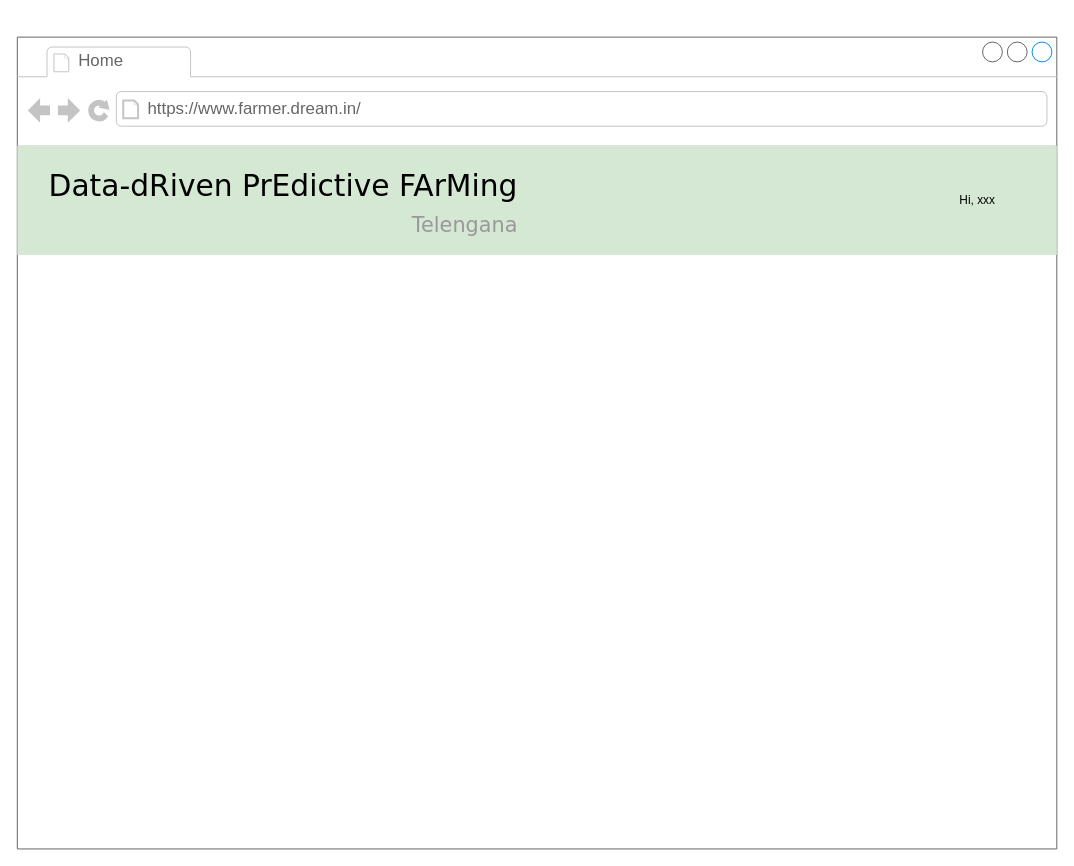
ictar/DREAM-SE2-Project-2022 keeps this draw.io diagram as page "fm-home" (17 of 26) of RASD/diagrams/User Interface.drawio. Above is the earlier version. Source tidied: cells renumbered, new cells numbered last; positions are measured from the earlier drawing's top-left corner, leaving out a move shared by most shapes. Both pictures are drawn from the tidied source at 99%, with x=0, y=0 at pixel (17, 37).
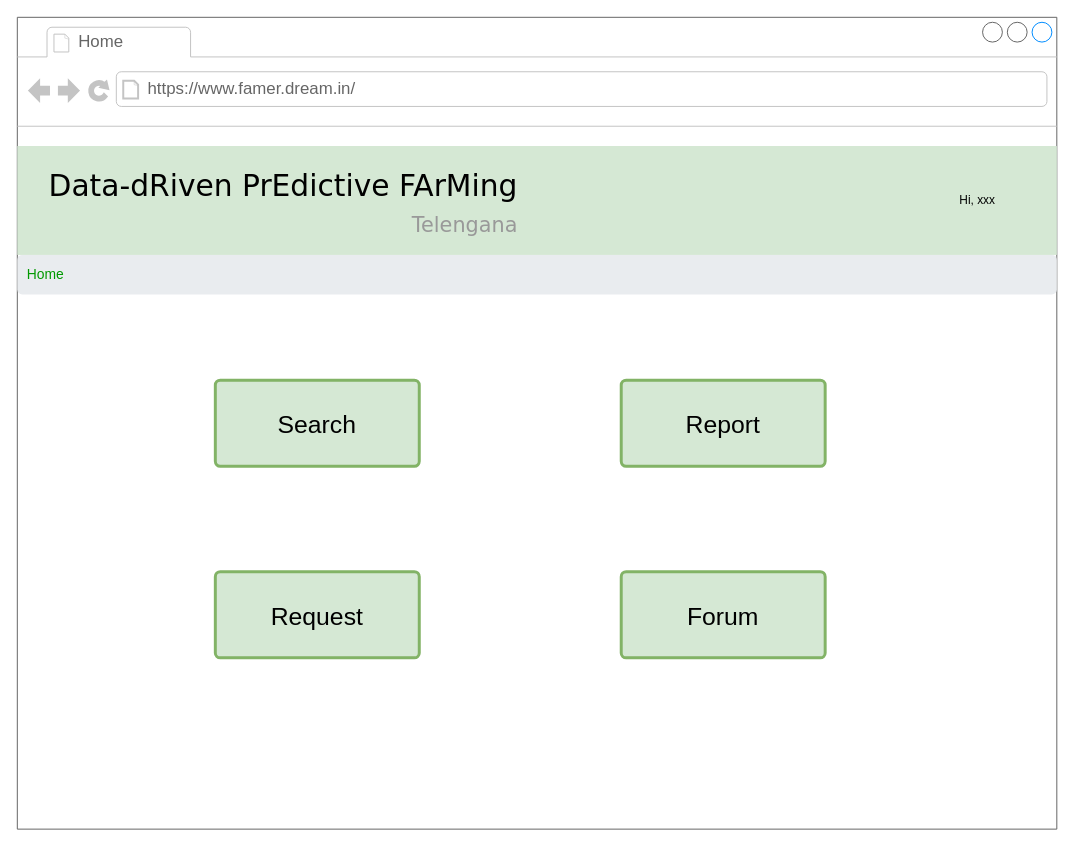
The same page after the edit.

The edit, as a diff of the source:
```diff
@@
 <mxGraphModel background="#ffffff">
   <root>
     <mxCell id="0" />
     <mxCell id="1" parent="0" />
-    <mxCell id="2" style="strokeWidth=1;shadow=0;dashed=0;align=center;html=1;shape=mxgraph.mockup.containers.browserWindow;rSize=0;strokeColor=#666666;mainText=,;rounded=0;labelBackgroundColor=none;fontFamily=Verdana;fontSize=12;" parent="1" vertex="1">
-      <mxGeometry width="1050" height="820" as="geometry" />
-    </mxCell>
+    <mxCell id="9" style="strokeWidth=1;shadow=0;dashed=0;align=center;html=1;shape=mxgraph.mockup.containers.browserWindow;rSize=0;strokeColor=none;mainText=,;rounded=0;labelBackgroundColor=none;fontFamily=Verdana;fontSize=12;" parent="1" vertex="1">
+      <mxGeometry y="-20" width="1050" height="820" as="geometry" />
+    </mxCell>
-    <mxCell id="3" value="Home" style="strokeWidth=1;shadow=0;dashed=0;align=center;html=1;shape=mxgraph.mockup.containers.anchor;fontSize=17;fontColor=#666666;align=left;" parent="2" vertex="1">
+    <mxCell id="3" value="Home" style="strokeWidth=1;shadow=0;dashed=0;align=center;html=1;shape=mxgraph.mockup.containers.anchor;fontSize=17;fontColor=#666666;align=left;" parent="9" vertex="1">
       <mxGeometry x="60" y="12" width="110" height="26" as="geometry" />
     </mxCell>
-    <mxCell id="4" value="https://www.farmer.dream.in/" style="strokeWidth=1;shadow=0;dashed=0;align=center;html=1;shape=mxgraph.mockup.containers.anchor;rSize=0;fontSize=17;fontColor=#666666;align=left;" parent="2" vertex="1">
-      <mxGeometry x="130" y="60" width="250" height="26" as="geometry" />
-    </mxCell>
-    <mxCell id="5" style="group;" parent="1" vertex="1">
-      <mxGeometry y="110" width="1050" height="110" as="geometry" />
-    </mxCell>
+    <mxCell id="10" value="https://www.famer.dream.in/" style="strokeWidth=1;shadow=0;dashed=0;align=center;html=1;shape=mxgraph.mockup.containers.anchor;rSize=0;fontSize=17;fontColor=#666666;align=left;" parent="9" vertex="1">
+      <mxGeometry x="130" y="60" width="250" height="26" as="geometry" />
+    </mxCell>
+    <mxCell id="11" value="&lt;font style=&quot;font-size: 25px&quot;&gt;Search&lt;/font&gt;" style="html=1;shadow=0;dashed=0;shape=mxgraph.bootstrap.rrect;rSize=5;strokeWidth=3;whiteSpace=wrap;align=center;verticalAlign=middle;spacingLeft=0;fontStyle=0;fontSize=16;spacing=5;fillColor=#d5e8d4;strokeColor=#82b366;gradientColor=none;" parent="9" vertex="1">
+      <mxGeometry x="200" y="366.5" width="206" height="87" as="geometry" />
+    </mxCell>
+    <mxCell id="12" value="&lt;font style=&quot;font-size: 25px&quot;&gt;Request&lt;/font&gt;" style="html=1;shadow=0;dashed=0;shape=mxgraph.bootstrap.rrect;rSize=5;strokeColor=#82b366;strokeWidth=3;fillColor=#d5e8d4;fontColor=default;whiteSpace=wrap;align=center;verticalAlign=middle;spacingLeft=0;fontStyle=0;fontSize=16;spacing=5;gradientColor=none;" parent="9" vertex="1">
+      <mxGeometry x="200" y="560" width="206" height="87" as="geometry" />
+    </mxCell>
+    <mxCell id="13" value="&lt;font style=&quot;font-size: 25px&quot;&gt;Report&lt;/font&gt;" style="html=1;shadow=0;dashed=0;shape=mxgraph.bootstrap.rrect;rSize=5;strokeColor=#82b366;strokeWidth=3;fillColor=#d5e8d4;fontColor=default;whiteSpace=wrap;align=center;verticalAlign=middle;spacingLeft=0;fontStyle=0;fontSize=16;spacing=5;gradientColor=none;" parent="9" vertex="1">
+      <mxGeometry x="610" y="366.5" width="206" height="87" as="geometry" />
+    </mxCell>
+    <mxCell id="14" value="&lt;font style=&quot;font-size: 25px&quot;&gt;Forum&lt;/font&gt;" style="html=1;shadow=0;dashed=0;shape=mxgraph.bootstrap.rrect;rSize=5;strokeColor=#82b366;strokeWidth=3;fillColor=#d5e8d4;fontColor=default;whiteSpace=wrap;align=center;verticalAlign=middle;spacingLeft=0;fontStyle=0;fontSize=16;spacing=5;gradientColor=none;" parent="9" vertex="1">
+      <mxGeometry x="610" y="560" width="206" height="87" as="geometry" />
+    </mxCell>
+    <mxCell id="15" style="group;" parent="1" vertex="1">
+      <mxGeometry y="110" width="1050" height="150" as="geometry" />
+    </mxCell>
-    <mxCell id="6" style="rounded=0;whiteSpace=wrap;html=1;fontSize=21;fillColor=#d5e8d4;strokeColor=none;" parent="5" vertex="1">
+    <mxCell id="6" style="rounded=0;whiteSpace=wrap;html=1;fontSize=21;fillColor=#d5e8d4;strokeColor=none;" parent="15" vertex="1">
       <mxGeometry width="1050" height="110" as="geometry" />
     </mxCell>
-    <mxCell id="7" value="Data-dRiven PrEdictive FArMing&lt;br&gt;&lt;div style=&quot;text-align: right&quot;&gt;&lt;font style=&quot;font-size: 21px&quot; color=&quot;#999999&quot;&gt;Telengana&lt;/font&gt;&lt;/div&gt;" style="text;html=1;align=left;verticalAlign=top;spacingTop=-4;fontSize=30;fontFamily=Verdana;" parent="5" vertex="1">
+    <mxCell id="7" value="Data-dRiven PrEdictive FArMing&lt;br&gt;&lt;div style=&quot;text-align: right&quot;&gt;&lt;font style=&quot;font-size: 21px&quot; color=&quot;#999999&quot;&gt;Telengana&lt;/font&gt;&lt;/div&gt;" style="text;html=1;align=left;verticalAlign=top;spacingTop=-4;fontSize=30;fontFamily=Verdana;" parent="15" vertex="1">
       <mxGeometry x="30" y="20" width="480" height="70" as="geometry" />
     </mxCell>
+    <mxCell id="16" value="&lt;font color=&quot;#009900&quot;&gt;Home&lt;/font&gt;" style="html=1;shadow=0;dashed=0;shape=mxgraph.bootstrap.rrect;rSize=5;strokeColor=none;strokeWidth=1;fillColor=#E9ECEF;fontColor=#6C757D;whiteSpace=wrap;align=left;verticalAlign=middle;spacingLeft=0;fontStyle=0;fontSize=14;spacing=10;" parent="1" vertex="1">
+      <mxGeometry y="220" width="1050" height="40" as="geometry" />
+    </mxCell>
     <mxCell id="8" value="Hi, xxx" style="text;html=1;strokeColor=none;fillColor=none;align=center;verticalAlign=middle;whiteSpace=wrap;rounded=0;fontSize=12;fontColor=#000000;" parent="1" vertex="1">
       <mxGeometry x="940" y="150" width="60" height="30" as="geometry" />
     </mxCell>
   </root>
 </mxGraphModel>
```
